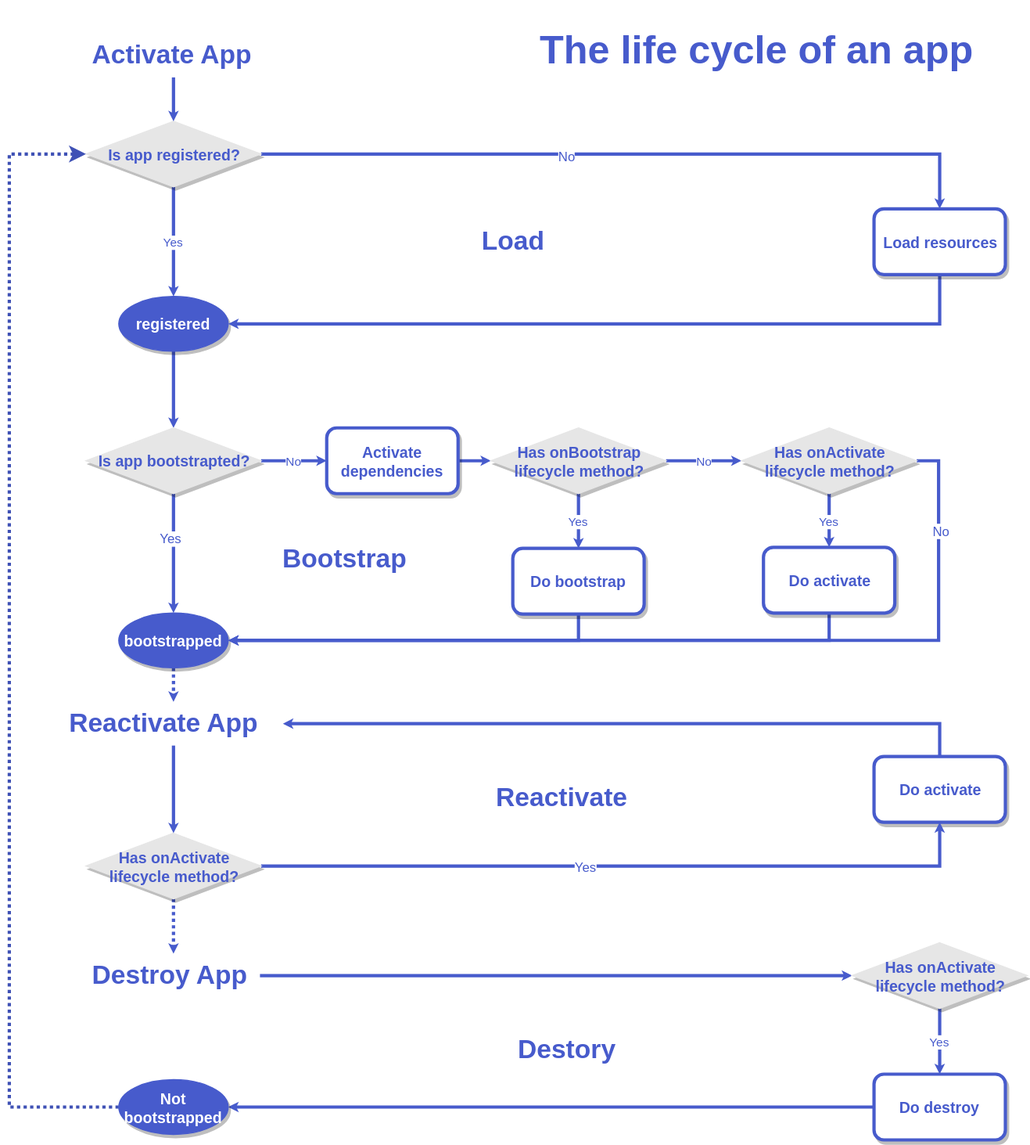
The draw.io diagram images/lifecycle.drawio.svg in ralliejs/docs, before a commit. Source tidied: cells renumbered, new cells last; positions are measured from the earlier drawing's top-left corner, leaving out a move shared by most shapes.
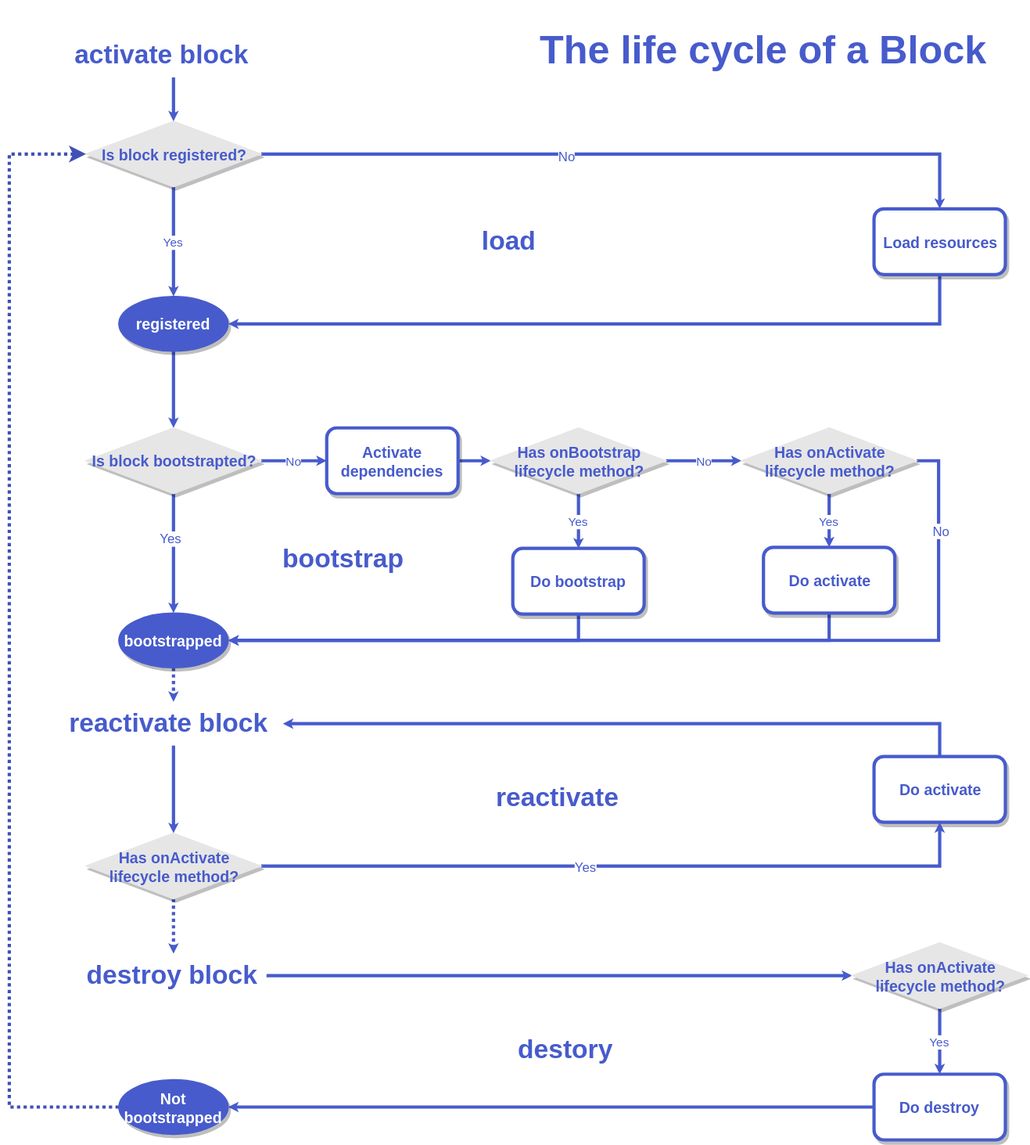
Later version of the same file.

The edit, as a diff of the source:
```diff
@@ -50,7 +50,7 @@
     <mxCell id="17" value="Yes" style="text;html=1;align=center;verticalAlign=middle;labelBackgroundColor=#ffffff;fontColor=#475BCC;" parent="16" vertex="1">
       <mxGeometry x="-0.27" y="-3" relative="1" as="geometry" />
     </mxCell>
-    <mxCell id="18" value="Is app bootstrapted?" style="rhombus;whiteSpace=wrap;html=1;fontStyle=1;strokeColor=#E6E6E6;fillColor=#E6E6E6;fontColor=#475BCC;shadow=1;fontSize=14;" parent="1" vertex="1">
+    <mxCell id="18" value="Is block bootstrapted?" style="rhombus;whiteSpace=wrap;html=1;fontStyle=1;strokeColor=#E6E6E6;fillColor=#E6E6E6;fontColor=#475BCC;shadow=1;fontSize=14;" parent="1" vertex="1">
       <mxGeometry x="70" y="380" width="160" height="60" as="geometry" />
     </mxCell>
     <mxCell id="19" value="Yes" style="edgeStyle=orthogonalEdgeStyle;jettySize=auto;html=1;exitX=0.5;exitY=1;exitDx=0;exitDy=0;fontColor=#475BCC;strokeWidth=3;endSize=0;startSize=0;rounded=0;jumpSize=3;strokeColor=#475BCC;" parent="1" edge="1" source="22" target="3">
@@ -62,7 +62,7 @@
     <mxCell id="21" value="No" style="text;html=1;align=center;verticalAlign=middle;labelBackgroundColor=#ffffff;fontColor=#475BCC;" parent="20" vertex="1">
       <mxGeometry x="-0.17" y="-1" relative="1" as="geometry" />
     </mxCell>
-    <mxCell id="22" value="Is app registered?" style="rhombus;whiteSpace=wrap;html=1;fontStyle=1;strokeColor=#E6E6E6;fillColor=#E6E6E6;fontColor=#475BCC;shadow=1;fontSize=14;" parent="1" vertex="1">
+    <mxCell id="22" value="Is block registered?" style="rhombus;whiteSpace=wrap;html=1;fontStyle=1;strokeColor=#E6E6E6;fillColor=#E6E6E6;fontColor=#475BCC;shadow=1;fontSize=14;" parent="1" vertex="1">
       <mxGeometry x="70" y="100" width="160" height="60" as="geometry" />
     </mxCell>
     <mxCell id="23" style="edgeStyle=orthogonalEdgeStyle;rounded=0;jumpSize=3;jettySize=auto;html=1;exitX=0.5;exitY=1;exitDx=0;exitDy=0;entryX=0.5;entryY=0;entryDx=0;entryDy=0;startSize=0;endSize=0;strokeColor=#475BCC;strokeWidth=3;fontColor=#475BCC;dashed=1;dashPattern=1 1;" parent="1" edge="1" source="24" target="38">
@@ -83,7 +83,7 @@
     <mxCell id="28" value="Do activate" style="rounded=1;whiteSpace=wrap;html=1;fontStyle=1;strokeWidth=3;strokeColor=#475BCC;fontColor=#475BCC;shadow=1;fontSize=14;" parent="1" vertex="1">
       <mxGeometry x="689" y="489" width="120" height="60" as="geometry" />
     </mxCell>
-    <mxCell id="29" value="&lt;h1&gt;Load&lt;/h1&gt;&lt;div&gt;&lt;br&gt;&lt;/div&gt;" style="text;html=1;strokeColor=none;fillColor=none;spacing=5;spacingTop=-20;whiteSpace=wrap;overflow=hidden;rounded=0;fontColor=#475BCC;" parent="1" vertex="1">
+    <mxCell id="29" value="&lt;h1&gt;load&lt;/h1&gt;&lt;div&gt;&lt;br&gt;&lt;/div&gt;" style="text;html=1;strokeColor=none;fillColor=none;spacing=5;spacingTop=-20;whiteSpace=wrap;overflow=hidden;rounded=0;fontColor=#475BCC;" parent="1" vertex="1">
       <mxGeometry x="427" y="190" width="173" height="40" as="geometry" />
     </mxCell>
     <mxCell id="30" style="edgeStyle=orthogonalEdgeStyle;rounded=0;jumpSize=3;jettySize=auto;html=1;exitX=0.5;exitY=0;exitDx=0;exitDy=0;entryX=1;entryY=0.5;entryDx=0;entryDy=0;startSize=0;endSize=0;strokeColor=#475BCC;strokeWidth=3;fontColor=#475BCC;" parent="1" edge="1" source="31" target="38">
@@ -92,7 +92,7 @@
     <mxCell id="31" value="Do activate" style="rounded=1;whiteSpace=wrap;html=1;fontStyle=1;strokeWidth=3;strokeColor=#475BCC;fontColor=#475BCC;shadow=1;fontSize=14;" parent="1" vertex="1">
       <mxGeometry x="790" y="680" width="120" height="60" as="geometry" />
     </mxCell>
-    <mxCell id="32" value="&lt;h1&gt;Bootstrap&lt;/h1&gt;" style="text;html=1;strokeColor=none;fillColor=none;spacing=5;spacingTop=-20;whiteSpace=wrap;overflow=hidden;rounded=0;fontColor=#475BCC;" parent="1" vertex="1">
+    <mxCell id="32" value="&lt;h1&gt;bootstrap&lt;/h1&gt;" style="text;html=1;strokeColor=none;fillColor=none;spacing=5;spacingTop=-20;whiteSpace=wrap;overflow=hidden;rounded=0;fontColor=#475BCC;" parent="1" vertex="1">
       <mxGeometry x="245" y="480" width="125" height="40" as="geometry" />
     </mxCell>
     <mxCell id="33" style="edgeStyle=orthogonalEdgeStyle;rounded=0;jumpSize=3;jettySize=auto;html=1;exitX=1;exitY=0.5;exitDx=0;exitDy=0;entryX=0.5;entryY=1;entryDx=0;entryDy=0;startSize=0;endSize=0;strokeColor=#475BCC;strokeWidth=3;fontColor=#475BCC;" parent="1" edge="1" source="36" target="31">
@@ -110,20 +110,20 @@
     <mxCell id="37" style="edgeStyle=orthogonalEdgeStyle;rounded=0;jumpSize=3;jettySize=auto;html=1;exitX=0.5;exitY=1;exitDx=0;exitDy=0;entryX=0.5;entryY=0;entryDx=0;entryDy=0;startSize=0;endSize=0;strokeColor=#475BCC;strokeWidth=3;fontColor=#475BCC;" parent="1" edge="1" source="38" target="36">
       <mxGeometry relative="1" as="geometry" />
     </mxCell>
-    <mxCell id="38" value="&lt;h1&gt;Reactivate App&lt;/h1&gt;" style="text;html=1;strokeColor=none;fillColor=none;spacing=5;spacingTop=-20;whiteSpace=wrap;overflow=hidden;rounded=0;fontColor=#475BCC;" parent="1" vertex="1">
+    <mxCell id="38" value="&lt;h1&gt;reactivate block&lt;/h1&gt;" style="text;html=1;strokeColor=none;fillColor=none;spacing=5;spacingTop=-20;whiteSpace=wrap;overflow=hidden;rounded=0;fontColor=#475BCC;" parent="1" vertex="1">
       <mxGeometry x="50" y="630" width="200" height="40" as="geometry" />
     </mxCell>
-    <mxCell id="39" value="&lt;h1&gt;Reactivate&lt;/h1&gt;" style="text;html=1;strokeColor=none;fillColor=none;spacing=5;spacingTop=-20;whiteSpace=wrap;overflow=hidden;rounded=0;fontColor=#475BCC;" parent="1" vertex="1">
+    <mxCell id="39" value="&lt;h1&gt;reactivate&lt;/h1&gt;" style="text;html=1;strokeColor=none;fillColor=none;spacing=5;spacingTop=-20;whiteSpace=wrap;overflow=hidden;rounded=0;fontColor=#475BCC;" parent="1" vertex="1">
       <mxGeometry x="440" y="698" width="140" height="42" as="geometry" />
     </mxCell>
-    <mxCell id="40" value="&lt;h1&gt;Destory&lt;/h1&gt;" style="text;html=1;strokeColor=none;fillColor=none;spacing=5;spacingTop=-20;whiteSpace=wrap;overflow=hidden;rounded=0;fontColor=#475BCC;" parent="1" vertex="1">
+    <mxCell id="40" value="&lt;h1&gt;destory&lt;/h1&gt;" style="text;html=1;strokeColor=none;fillColor=none;spacing=5;spacingTop=-20;whiteSpace=wrap;overflow=hidden;rounded=0;fontColor=#475BCC;" parent="1" vertex="1">
       <mxGeometry x="460" y="928" width="100" height="42" as="geometry" />
     </mxCell>
     <mxCell id="41" style="edgeStyle=orthogonalEdgeStyle;rounded=0;jumpSize=3;jettySize=auto;html=1;exitX=1;exitY=0.5;exitDx=0;exitDy=0;entryX=0;entryY=0.5;entryDx=0;entryDy=0;startSize=0;endSize=0;strokeColor=#475BCC;strokeWidth=3;fontColor=#475BCC;" parent="1" edge="1" source="42" target="44">
       <mxGeometry relative="1" as="geometry" />
     </mxCell>
-    <mxCell id="42" value="&lt;h1&gt;Destroy App&lt;/h1&gt;" style="text;html=1;strokeColor=none;fillColor=none;spacing=5;spacingTop=-20;whiteSpace=wrap;overflow=hidden;rounded=0;fontColor=#475BCC;" parent="1" vertex="1">
-      <mxGeometry x="70.5" y="860" width="158" height="40" as="geometry" />
+    <mxCell id="42" value="&lt;h1&gt;destroy block&lt;/h1&gt;" style="text;html=1;strokeColor=none;fillColor=none;spacing=5;spacingTop=-20;whiteSpace=wrap;overflow=hidden;rounded=0;fontColor=#475BCC;" parent="1" vertex="1">
+      <mxGeometry x="65.5" y="860" width="169" height="40" as="geometry" />
     </mxCell>
     <mxCell id="43" value="Yes" style="edgeStyle=orthogonalEdgeStyle;rounded=0;jumpSize=3;jettySize=auto;html=1;exitX=0.5;exitY=1;exitDx=0;exitDy=0;startSize=0;endSize=0;strokeColor=#475BCC;strokeWidth=3;fontColor=#475BCC;" parent="1" edge="1" source="44" target="46">
       <mxGeometry relative="1" as="geometry" />
@@ -151,10 +151,10 @@
     <mxCell id="49" style="edgeStyle=orthogonalEdgeStyle;rounded=0;jumpSize=3;jettySize=auto;html=1;exitX=0.5;exitY=1;exitDx=0;exitDy=0;startSize=0;endSize=0;strokeColor=#475BCC;strokeWidth=3;fontColor=#475BCC;" parent="1" edge="1" source="50" target="22">
       <mxGeometry relative="1" as="geometry" />
     </mxCell>
-    <mxCell id="50" value="&lt;h1&gt;Activate App&lt;/h1&gt;" style="text;html=1;strokeColor=none;fillColor=none;spacing=5;spacingTop=-20;whiteSpace=wrap;overflow=hidden;rounded=0;fontColor=#475BCC;" parent="1" vertex="1">
-      <mxGeometry x="70.5" y="20" width="159" height="40" as="geometry" />
+    <mxCell id="50" value="&lt;h1&gt;activate block&lt;/h1&gt;" style="text;html=1;strokeColor=none;fillColor=none;spacing=5;spacingTop=-20;whiteSpace=wrap;overflow=hidden;rounded=0;fontColor=#475BCC;" parent="1" vertex="1">
+      <mxGeometry x="54.5" y="20" width="190" height="40" as="geometry" />
     </mxCell>
-    <mxCell id="51" value="&lt;h1 style=&quot;font-size: 36px;&quot;&gt;The life cycle of an app&lt;/h1&gt;" style="text;html=1;strokeColor=none;fillColor=none;spacing=5;spacingTop=-20;whiteSpace=wrap;overflow=hidden;rounded=0;fontColor=#475BCC;fontSize=36;" parent="1" vertex="1">
+    <mxCell id="51" value="&lt;h1 style=&quot;font-size: 36px&quot;&gt;The life cycle of a Block&lt;/h1&gt;" style="text;html=1;strokeColor=none;fillColor=none;spacing=5;spacingTop=-20;whiteSpace=wrap;overflow=hidden;rounded=0;fontColor=#475BCC;fontSize=36;" parent="1" vertex="1">
       <mxGeometry x="480" width="440" height="60" as="geometry" />
     </mxCell>
   </root>
```
